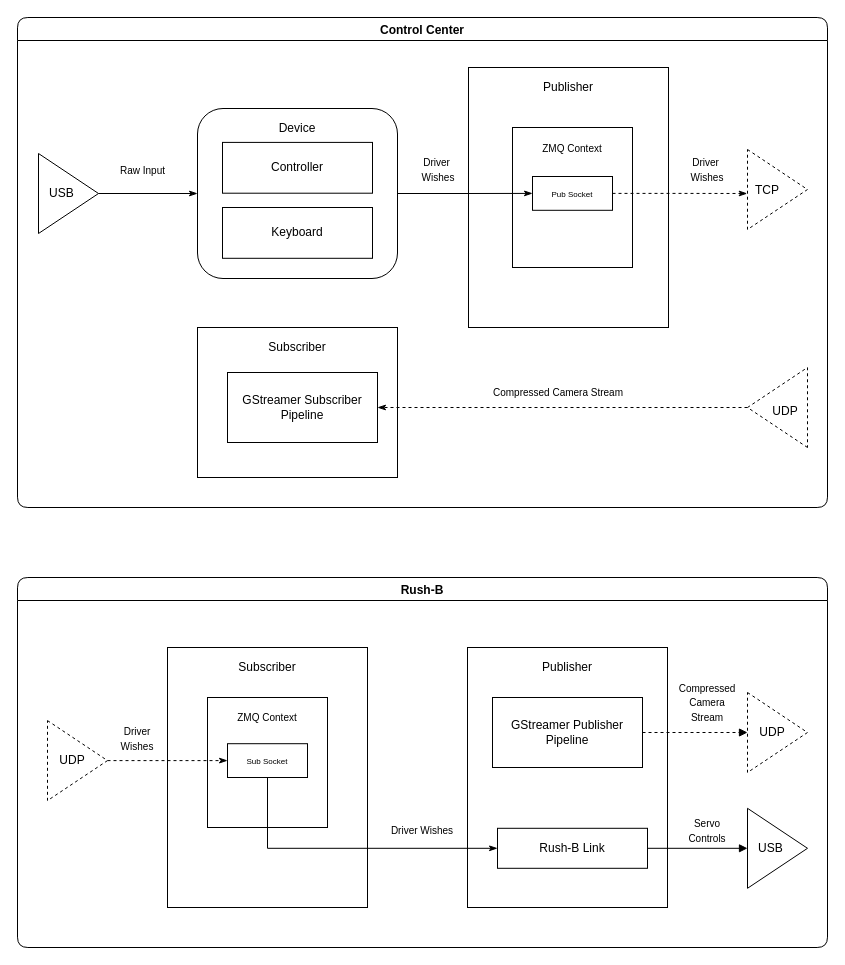
GjergjiSh/Rush-B keeps this draw.io diagram as page "Dataflow" (4 of 5) of docs/diagrams/Design.drawio. Above is the earlier version. Source tidied: cells renumbered, new cells numbered last; positions are measured from the earlier drawing's top-left corner, leaving out a move shared by most shapes. Both pictures are drawn from the tidied source at 100%, with x=0, y=0 at pixel (17, 17).
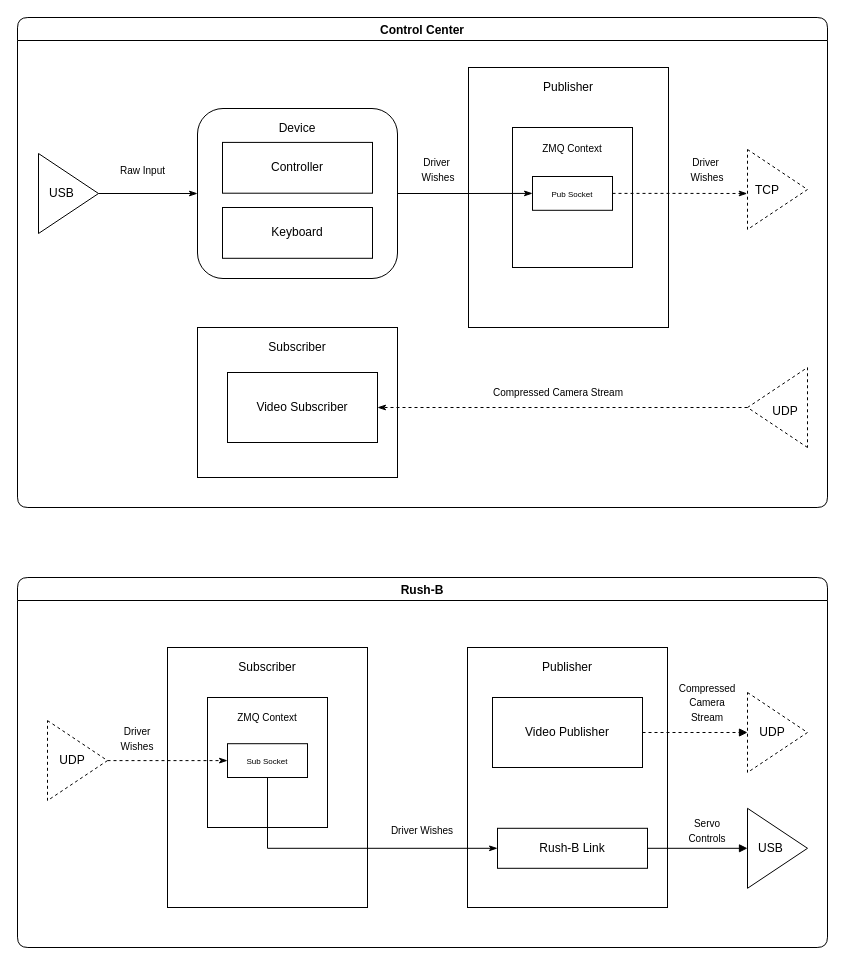
The same page after the edit.

Unchanged cells that the change refers to:
```xml
<mxCell id="2" value="Control Center" style="swimlane;rounded=1;fillColor=none;startSize=23;" parent="1" vertex="1">
  <mxGeometry width="810" height="490" as="geometry" />
</mxCell>
<mxCell id="29" value="Rush-B" style="swimlane;rounded=1;fillColor=none;startSize=23;" parent="1" vertex="1">
  <mxGeometry y="560" width="810" height="370" as="geometry" />
</mxCell>
```

The edit, as a diff of the source:
```diff
@@
-    <mxCell id="6" value="GStreamer Subscriber&lt;br&gt;Pipeline" style="rounded=0;whiteSpace=wrap;html=1;" parent="2" vertex="1">
+    <mxCell id="6" value="Video Subscriber" style="rounded=0;whiteSpace=wrap;html=1;" parent="2" vertex="1">
       <mxGeometry x="210" y="355" width="150" height="70" as="geometry" />
     </mxCell>
@@
-    <mxCell id="43" value="GStreamer Publisher&lt;br&gt;Pipeline" style="rounded=0;whiteSpace=wrap;html=1;" parent="29" vertex="1">
+    <mxCell id="43" value="Video Publisher" style="rounded=0;whiteSpace=wrap;html=1;" parent="29" vertex="1">
       <mxGeometry x="475" y="120" width="150" height="70" as="geometry" />
     </mxCell>
```
